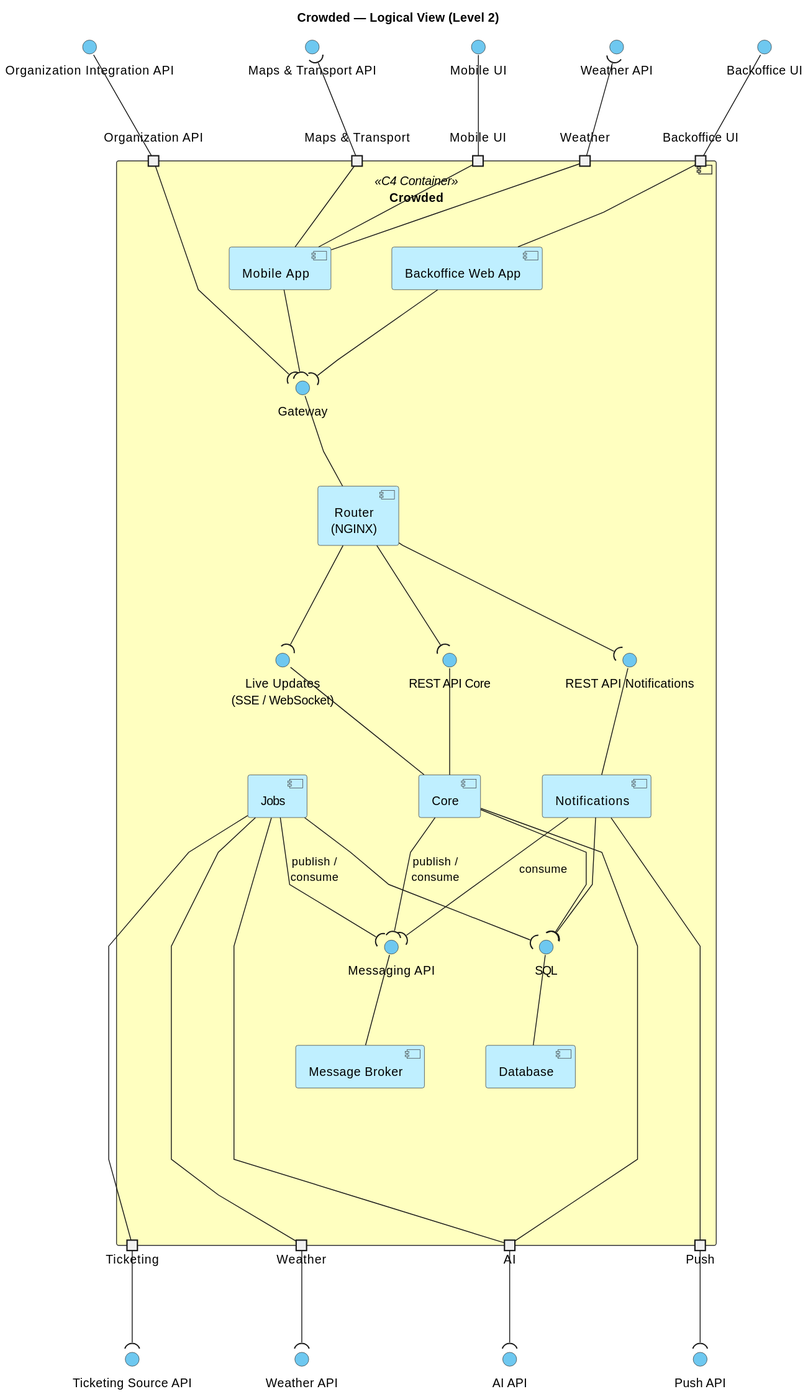
Before: docs/deliverables/diagrams/logical-view-level-2.svg, a diagram exported from PlantUML (andrereis26/crowded-labdsof).
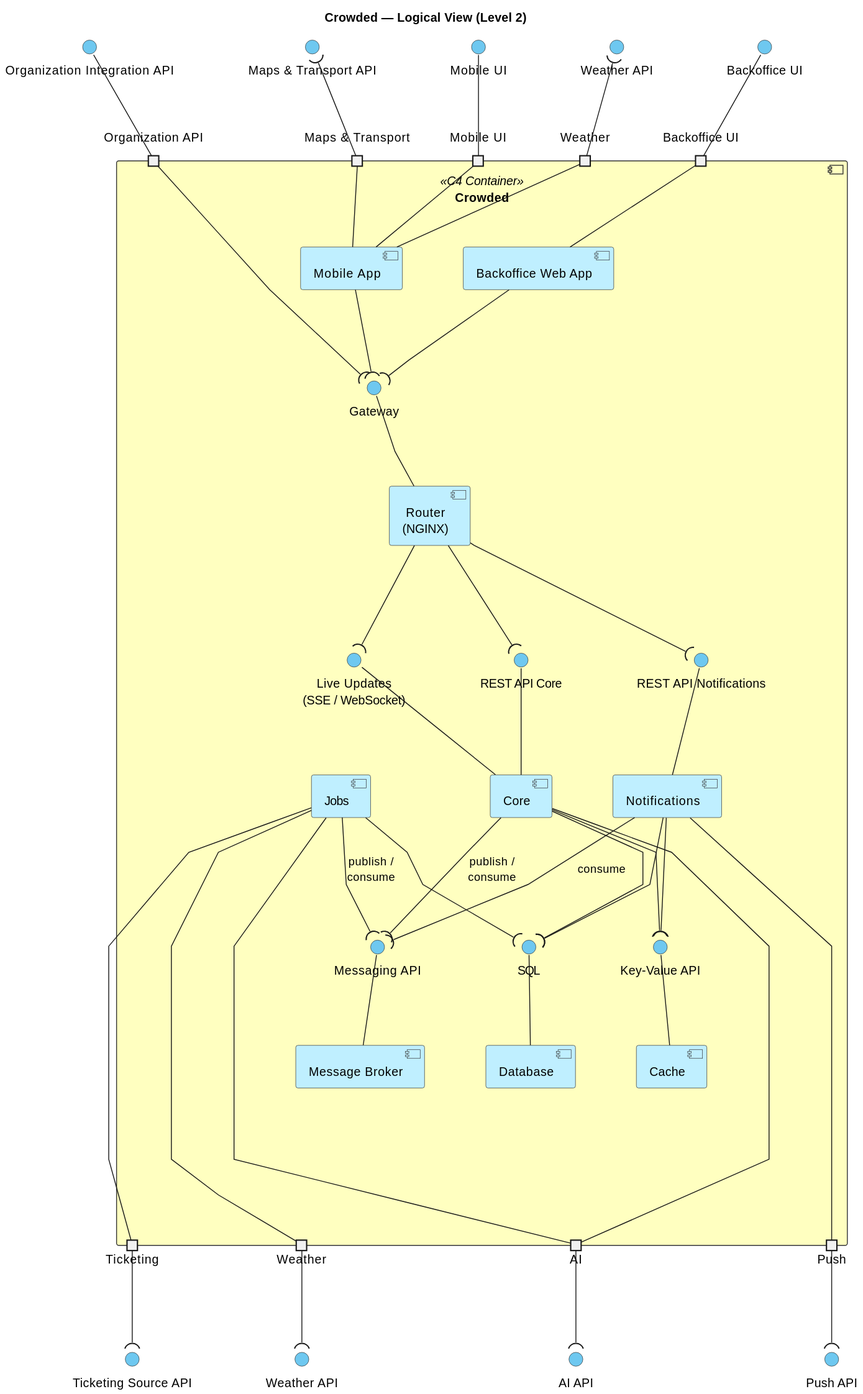
The same diagram one commit later.

Commit message:
docs(#83): updated domain model

What changed in the source:
```diff
@@ -70,6 +70,9 @@
   component "Database" as Database
   () "SQL" as ISql
 
+  component "Cache" as Cache
+  () "Key-Value API" as IKeyValue
+
   pMobileUI -down- Mobile
   pBackofficeUI -down- Backoffice
   Router -up- IGateway
@@ -94,6 +97,10 @@
   Jobs -down-( ISql
   Notifications -down-( ISql
 
+  Cache -up- IKeyValue
+  Core -down-( IKeyValue
+  Notifications -down-( IKeyValue
+
   Jobs -down---- pTicketing
   Jobs -down---- pWeather
   Core -down---- pAI
@@ -105,6 +112,7 @@
   Jobs -[hidden]right- Core
   Core -[hidden]right- Notifications
   Broker -[hidden]right- Database
+  Database -[hidden]right- Cache
 }
 
 pMobileUI -up- MobileUI
```
